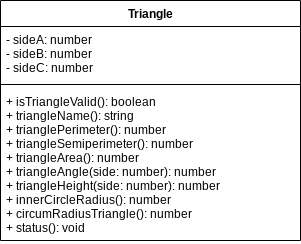
Above: Drawio/ClassDiagram.png in JacksonNaufal/ics4u-assignment-3-typescript (draw.io), before the change. Source tidied: cells renumbered, new cells last; positions are measured from the earlier drawing's top-left corner, leaving out a move shared by most shapes.
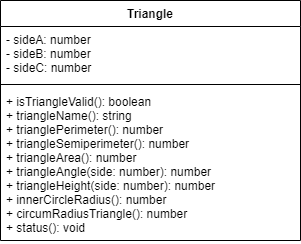
Later version of the same file.

Change to the diagram source:
```diff
@@ -11,7 +11,7 @@
     <mxCell id="4" style="line;strokeWidth=1;fillColor=none;align=left;verticalAlign=middle;spacingTop=-1;spacingLeft=3;spacingRight=3;labelPosition=right;" parent="2" vertex="1">
       <mxGeometry y="80" width="300" height="8" as="geometry" />
     </mxCell>
-    <mxCell id="5" value="+ isTriangleValid(): boolean&#10;+ triangleName(): string&#10;+ trianglePerimeter(): number&#10;+ triangleSemiperimeter(): number&#10;+ triangleArea(): number&#10;+ triangleAngle(side: number): number&#10;+ triangleHeight(side: number): number&#10;+ innerCircleRadius(): number&#10;+ circumRadiusTriangle(): number&#10;+ status(): void " style="text;strokeColor=none;fillColor=none;align=left;verticalAlign=top;spacingLeft=4;spacingRight=4;overflow=hidden;" parent="2" vertex="1">
+    <mxCell id="5" value="+ isTriangleValid(): boolean&#10;+ triangleName(): string&#10;+ trianglePerimeter(): number&#10;+ triangleSemiperimeter(): number&#10;+ triangleArea(): number&#10;+ triangleAngle(side: number): number&#10;+ triangleHeight(side: number): number&#10;+ innerCircleRadius(): number&#10;+ circumRadiusTriangle(): number&#10;+ status(): void" style="text;strokeColor=none;fillColor=none;align=left;verticalAlign=top;spacingLeft=4;spacingRight=4;overflow=hidden;" parent="2" vertex="1">
       <mxGeometry y="88" width="300" height="152" as="geometry" />
     </mxCell>
   </root>
```
